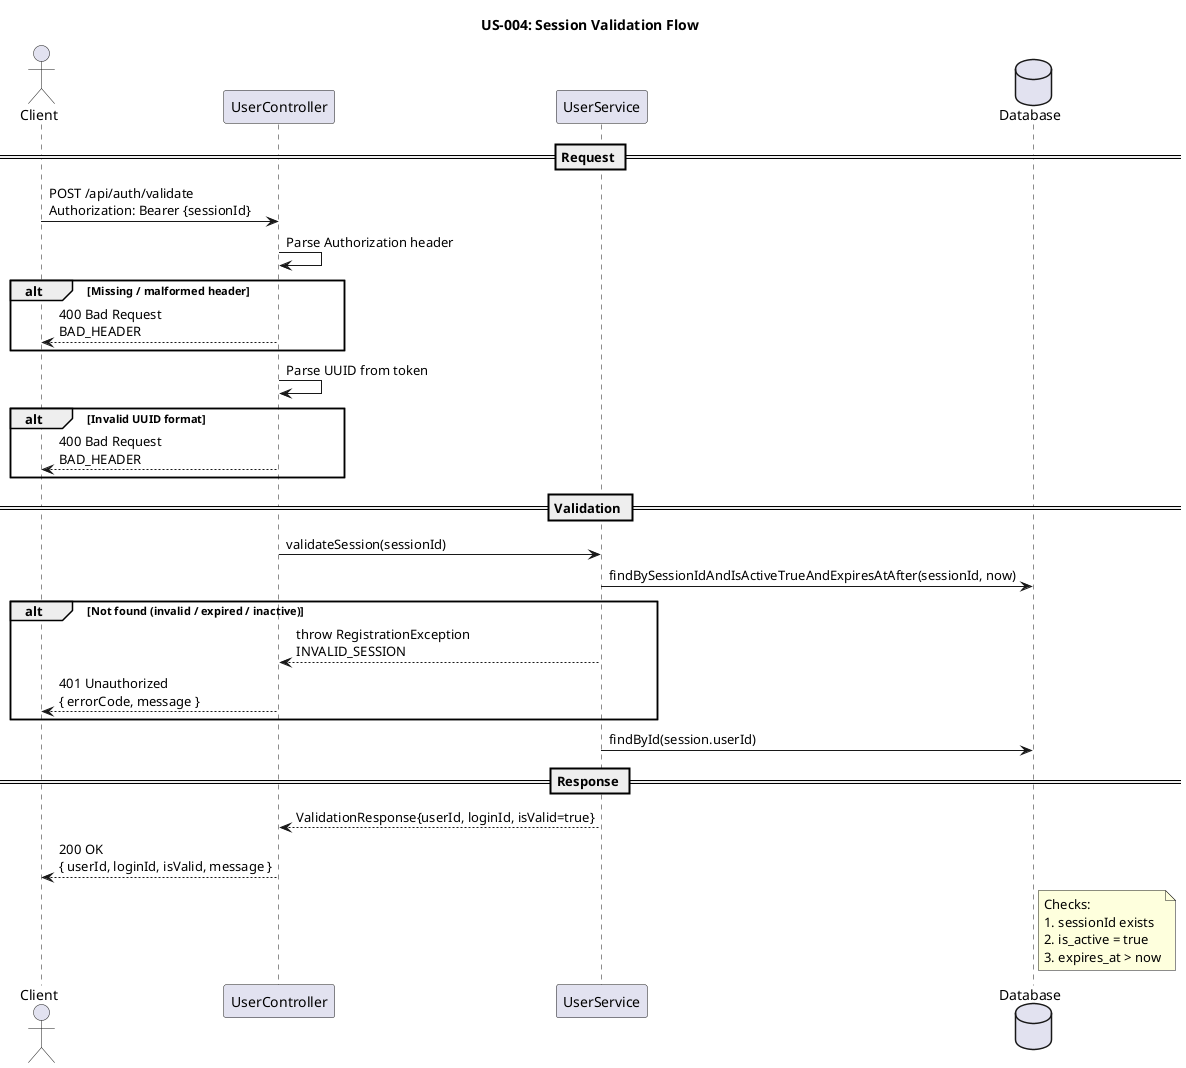
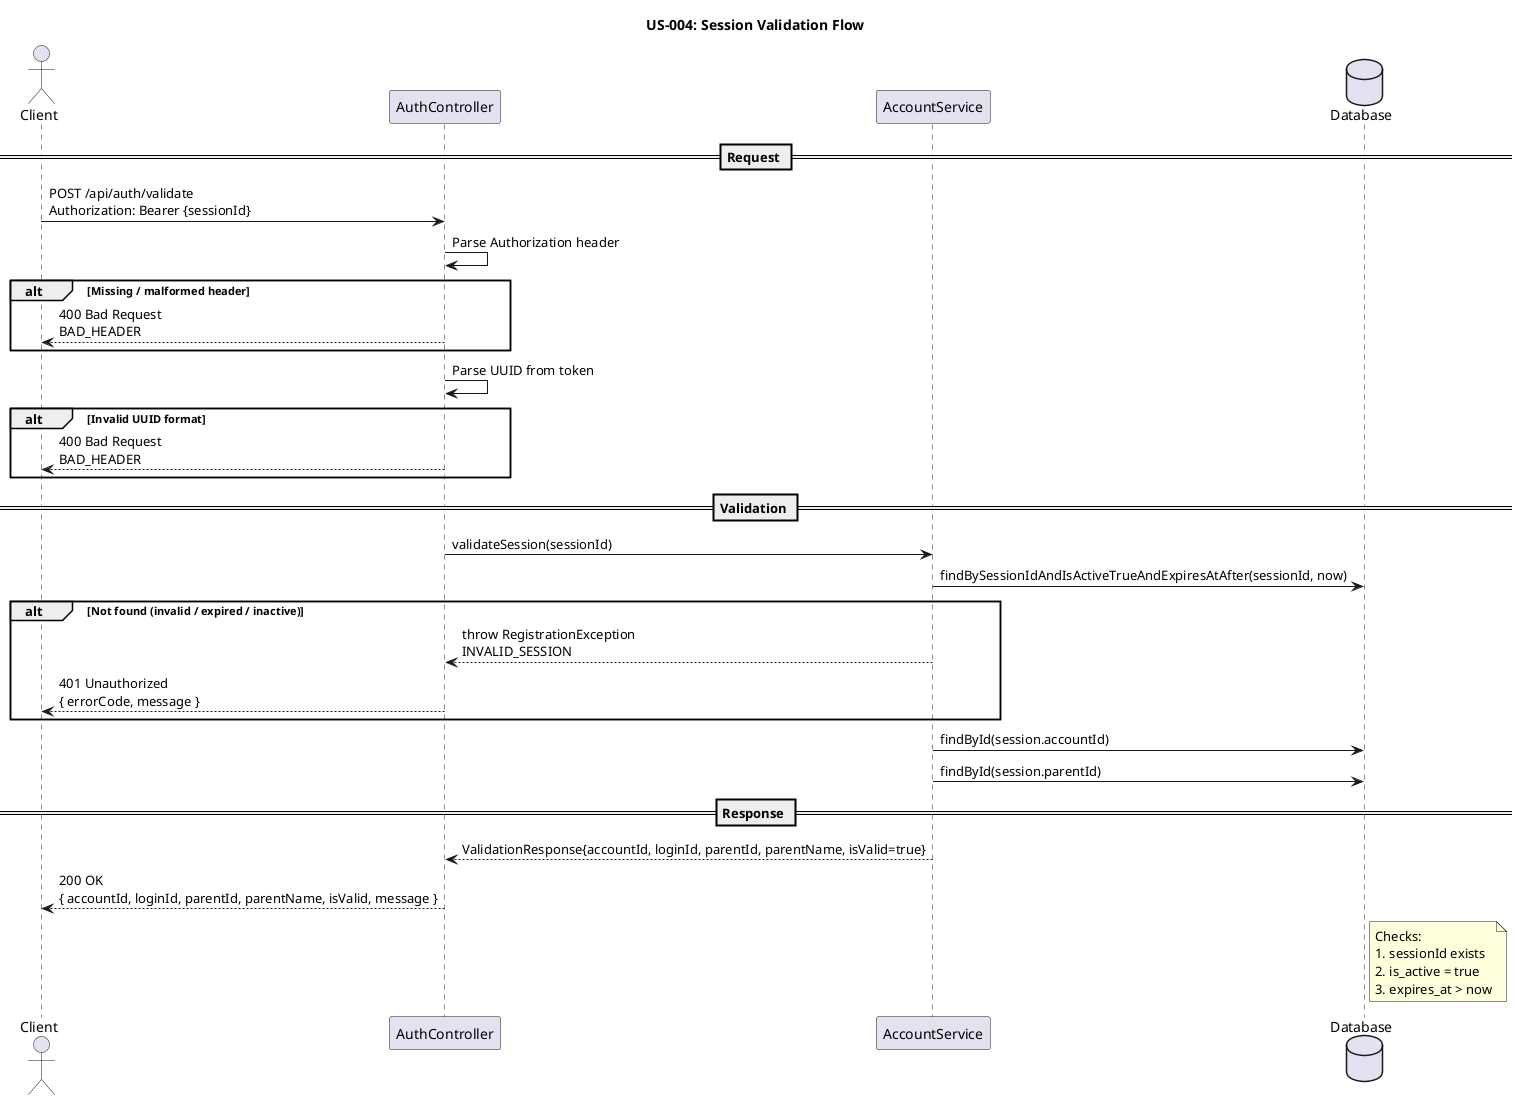
@startuml
title US-004: Session Validation Flow

actor "Client" as client
- participant "UserController" as ctrl
- participant "UserService" as svc
+ participant "AuthController" as ctrl
+ participant "AccountService" as svc
database "Database" as db

== Request ==
client -> ctrl: POST /api/auth/validate\nAuthorization: Bearer {sessionId}

ctrl -> ctrl: Parse Authorization header

alt Missing / malformed header
    ctrl --> client: 400 Bad Request\nBAD_HEADER
end

ctrl -> ctrl: Parse UUID from token

alt Invalid UUID format
    ctrl --> client: 400 Bad Request\nBAD_HEADER
end

== Validation ==
ctrl -> svc: validateSession(sessionId)
svc -> db: findBySessionIdAndIsActiveTrueAndExpiresAtAfter(sessionId, now)

alt Not found (invalid / expired / inactive)
    svc --> ctrl: throw RegistrationException\nINVALID_SESSION
    ctrl --> client: 401 Unauthorized\n{ errorCode, message }
end

- svc -> db: findById(session.userId)
+ svc -> db: findById(session.accountId)
+ svc -> db: findById(session.parentId)

== Response ==
- svc --> ctrl: ValidationResponse{userId, loginId, isValid=true}
- ctrl --> client: 200 OK\n{ userId, loginId, isValid, message }
+ svc --> ctrl: ValidationResponse{accountId, loginId, parentId, parentName, isValid=true}
+ ctrl --> client: 200 OK\n{ accountId, loginId, parentId, parentName, isValid, message }

note right of db: Checks:\n1. sessionId exists\n2. is_active = true\n3. expires_at > now

@enduml
